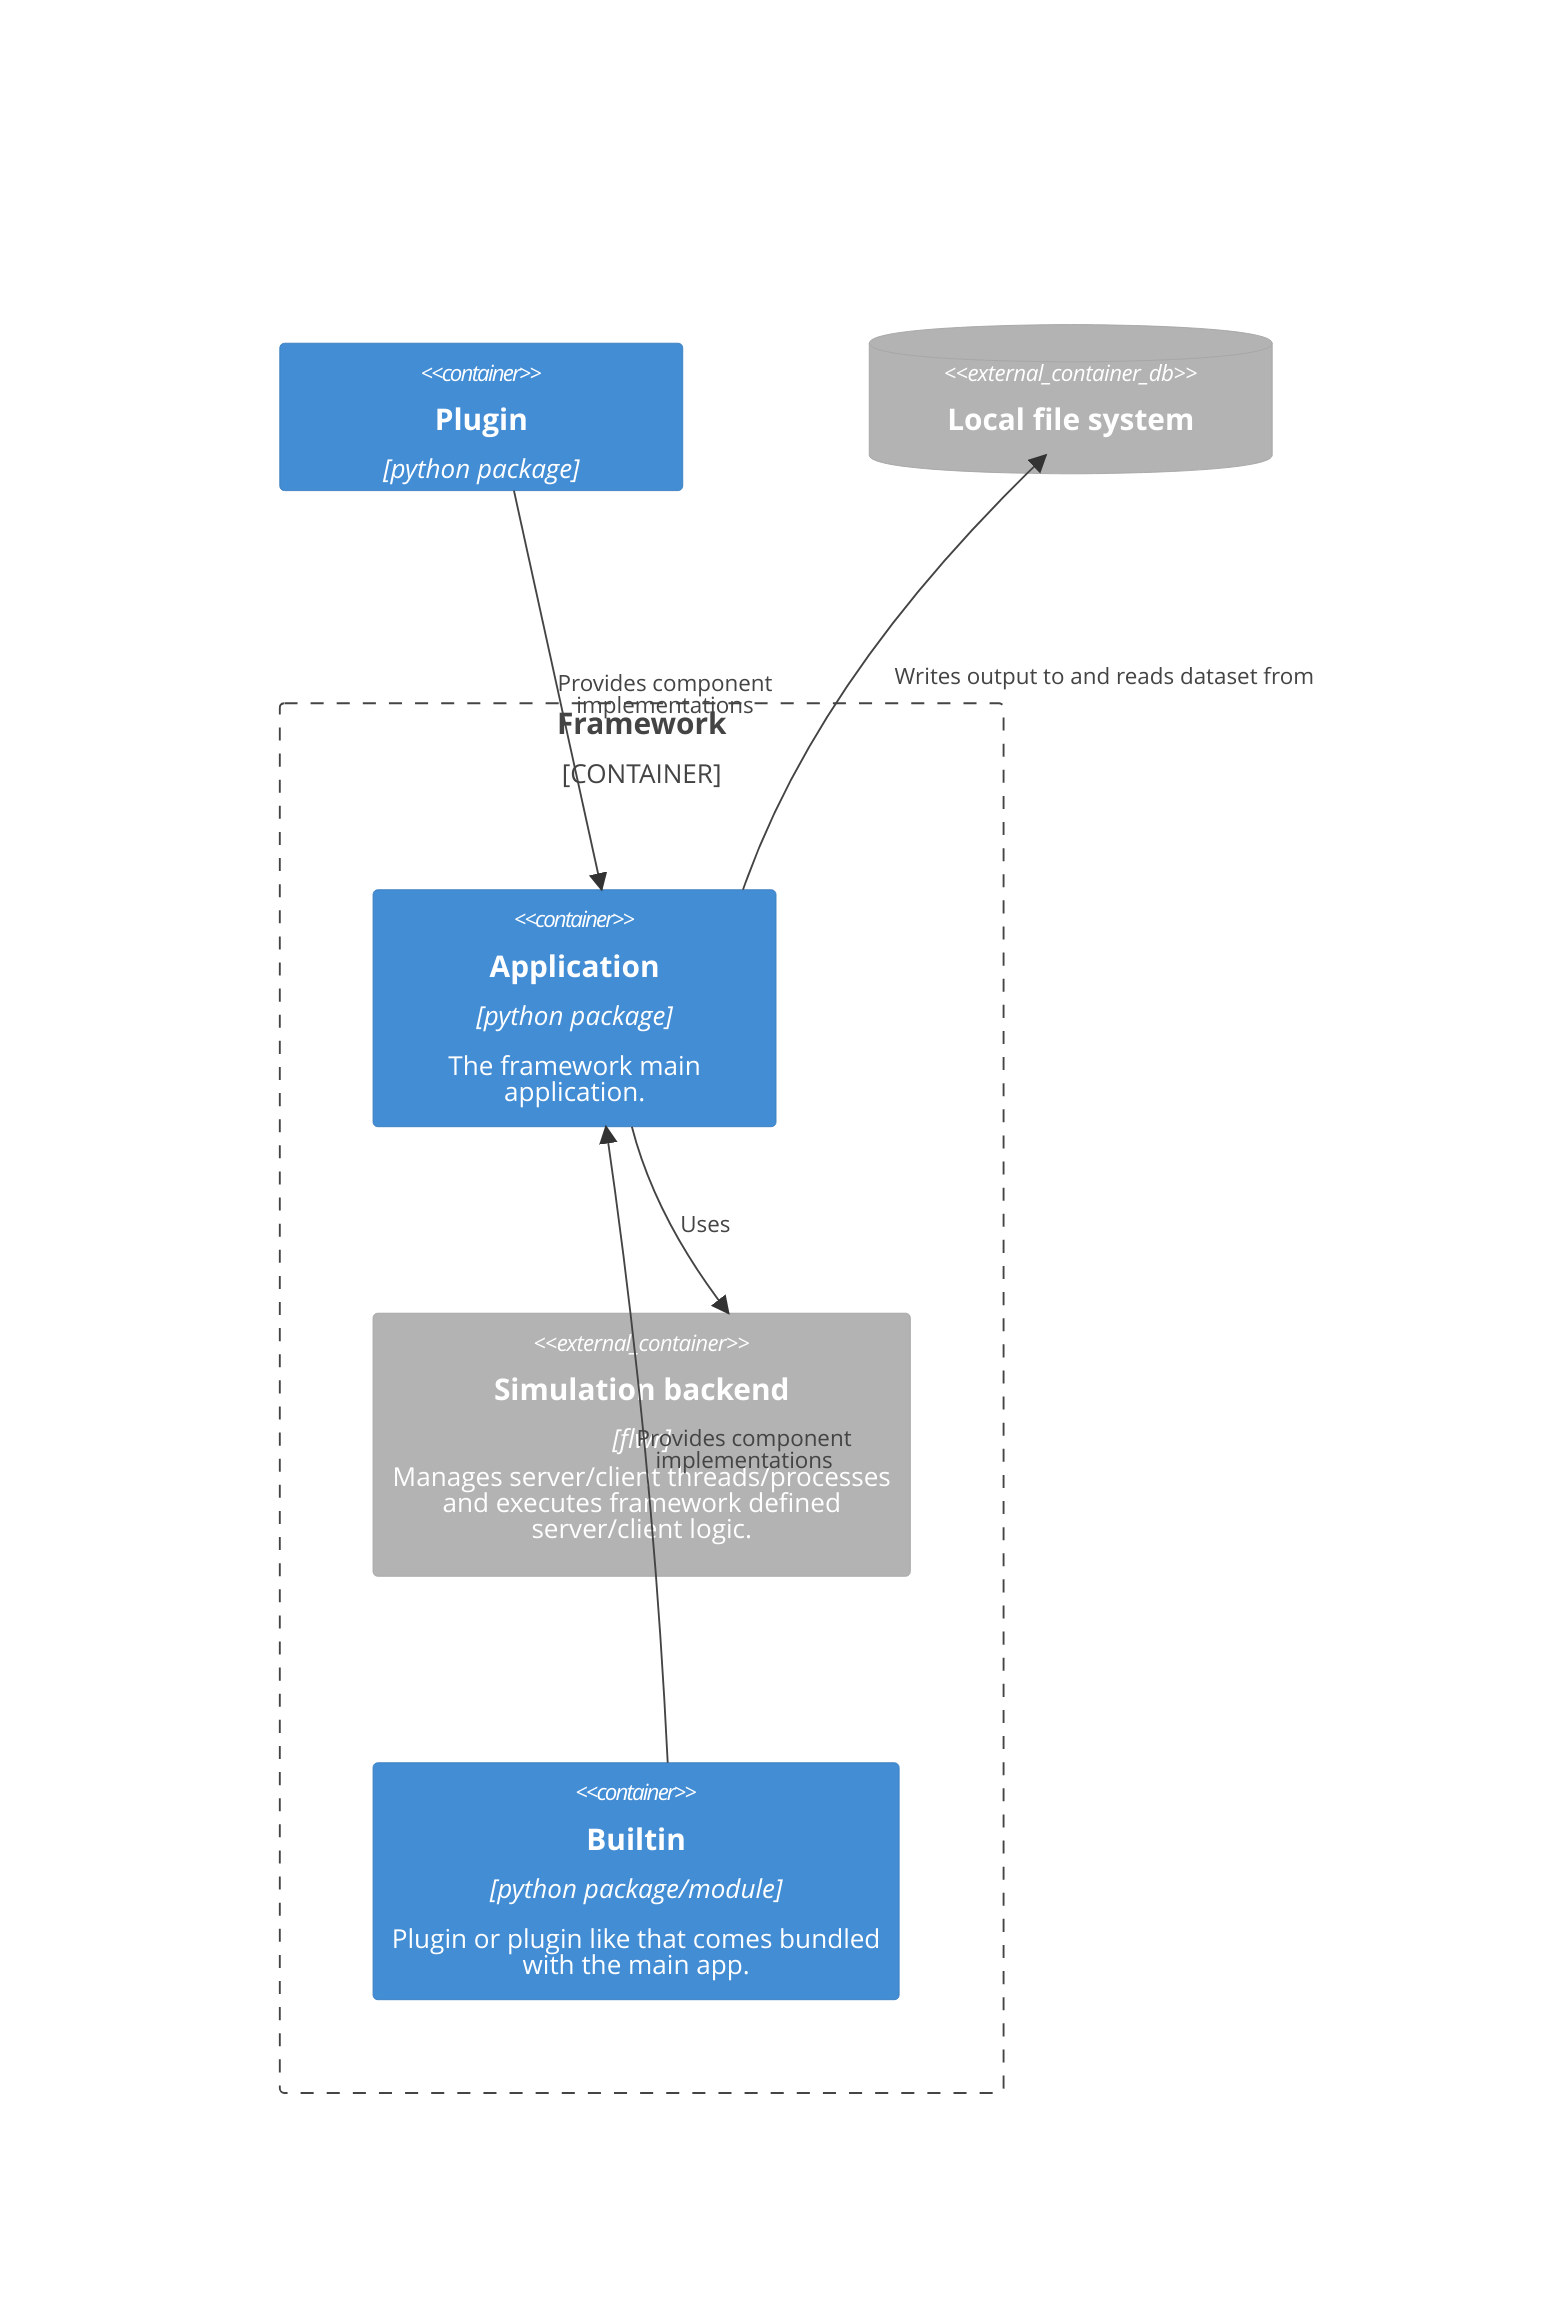
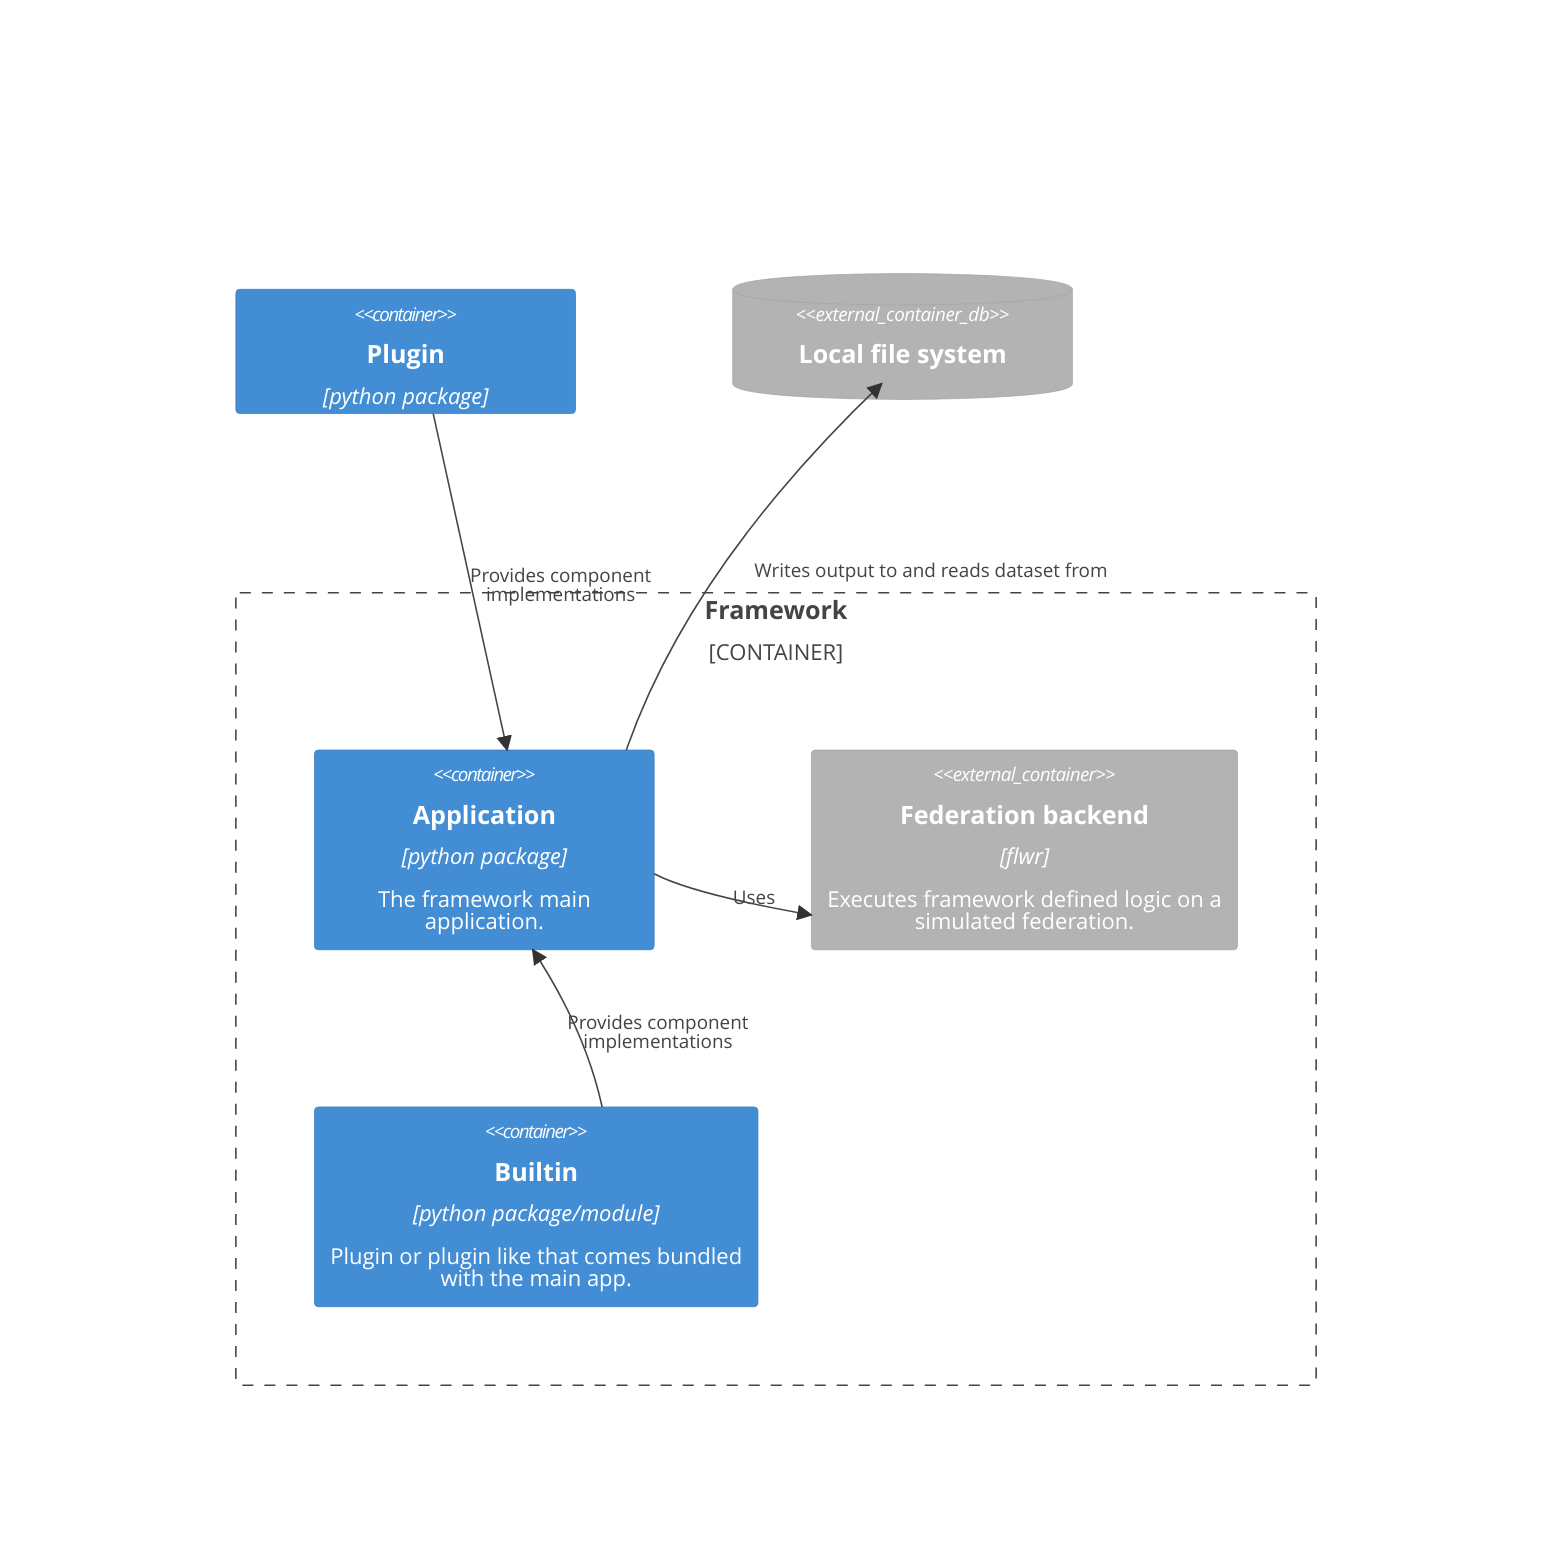
 C4Container
     Container(plugin, "Plugin", "python package", "")
     Container_Boundary(framework, "Framework") {
         Container(main, "Application", "python package", "The framework main<br/>
            application.")
-          Container_Ext(backend, "Simulation backend", "flwr", "Manages server/client
-             threads/processes<br/> and executes framework defined <br>server/client
-             logic.")
+          Container_Ext(backend, "Federation backend", "flwr", "Executes framework
+             defined logic on a <br/>simulated federation.")
         Container(builtin, "Builtin", "python package/module", "Plugin or plugin
            like that comes bundled<br/> with the main app.")
     }
     ContainerDb_Ext(filesystem, "Local file system")

     Rel(plugin, main, "Provides component<br/>implementations")
     Rel(builtin, main, "Provides component<br/>implementations")
     Rel(main, backend, "Uses")
     Rel(main, filesystem, "Writes output to and reads dataset from")
     UpdateLayoutConfig($c4ShapeInRow="2")





